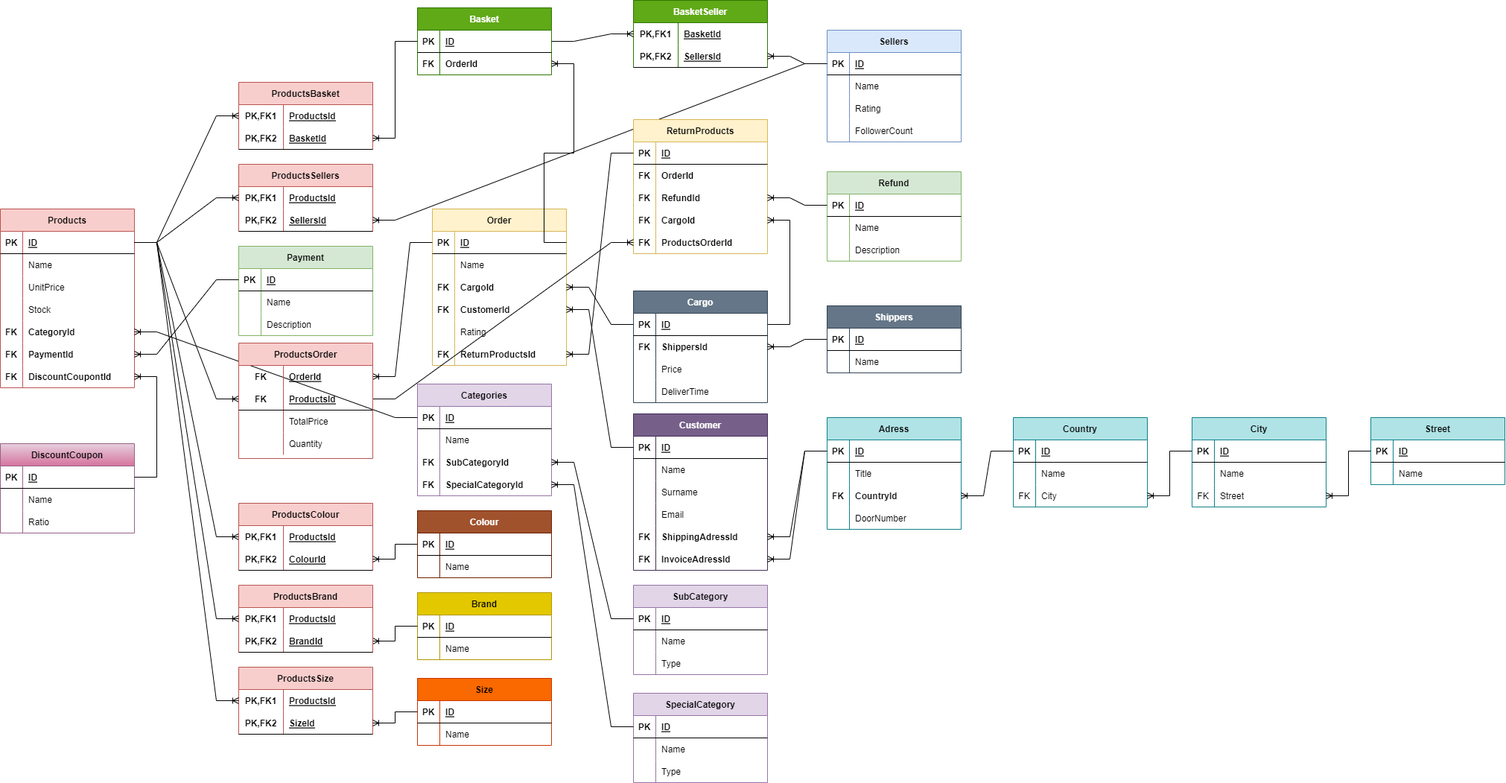
ZakirMK/Etiya-Akademi keeps this draw.io diagram as 24-11-2022_Pair9_HW.drawio.png. Above is the earlier version. Source tidied: cells renumbered, new cells last; positions are measured from the earlier drawing's top-left corner, leaving out a move shared by most shapes.
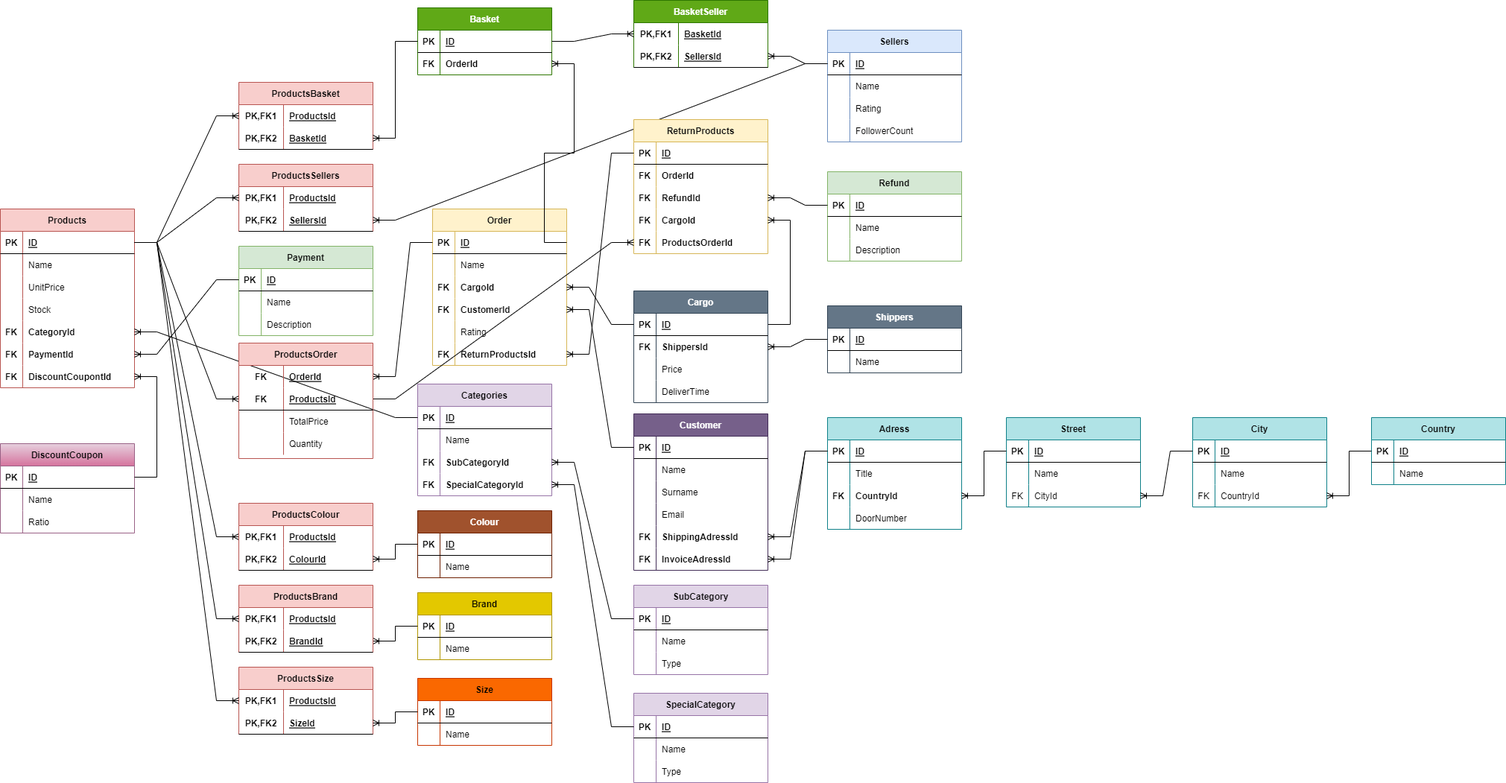
After the change.

What changed in the source:
```diff
@@ -653,8 +653,8 @@
     <mxCell id="218" value="Name" style="shape=partialRectangle;fillColor=none;top=0;left=0;bottom=0;right=0;align=left;spacingLeft=6;overflow=hidden;" parent="216" vertex="1">
       <mxGeometry x="30" width="150" height="30" as="geometry" />
     </mxCell>
-    <mxCell id="219" value="Country" style="shape=table;startSize=30;rowLines=0;fontStyle=1;align=center;fillColor=#b0e3e6;strokeColor=#0e8088;" parent="1" vertex="1">
-      <mxGeometry x="1360" y="560" width="180" height="120" as="geometry" />
+    <mxCell id="219" value="Street" style="shape=table;startSize=30;rowLines=0;fontStyle=1;align=center;fillColor=#b0e3e6;strokeColor=#0e8088;" parent="1" vertex="1">
+      <mxGeometry x="1350" y="560" width="180" height="120" as="geometry" />
     </mxCell>
     <mxCell id="220" style="shape=tableRow;horizontal=0;startSize=0;swimlaneHead=0;swimlaneBody=0;fillColor=none;points=[[0,0.5],[1,0.5]];portConstraint=eastwest;top=0;left=0;right=0;bottom=1;" parent="219" vertex="1">
       <mxGeometry y="30" width="180" height="30" as="geometry" />
@@ -680,7 +680,7 @@
     <mxCell id="227" value="FK" style="shape=partialRectangle;fillColor=none;top=0;left=0;bottom=0;right=0;overflow=hidden;" parent="226" vertex="1">
       <mxGeometry width="30" height="30" as="geometry" />
     </mxCell>
-    <mxCell id="228" value="City" style="shape=partialRectangle;fillColor=none;top=0;left=0;bottom=0;right=0;align=left;spacingLeft=6;overflow=hidden;" parent="226" vertex="1">
+    <mxCell id="228" value="CityId" style="shape=partialRectangle;fillColor=none;top=0;left=0;bottom=0;right=0;align=left;spacingLeft=6;overflow=hidden;" parent="226" vertex="1">
       <mxGeometry x="30" width="150" height="30" as="geometry" />
     </mxCell>
     <mxCell id="229" style="edgeStyle=entityRelationEdgeStyle;fontSize=12;html=1;endArrow=ERoneToMany;rounded=0;exitX=0;exitY=0.5;exitDx=0;exitDy=0;" parent="1" edge="1" source="57" target="50">
@@ -943,10 +943,10 @@
     <mxCell id="314" value="FK" style="shape=partialRectangle;fillColor=none;top=0;left=0;bottom=0;right=0;overflow=hidden;" parent="313" vertex="1">
       <mxGeometry width="30" height="30" as="geometry" />
     </mxCell>
-    <mxCell id="315" value="Street" style="shape=partialRectangle;fillColor=none;top=0;left=0;bottom=0;right=0;align=left;spacingLeft=6;overflow=hidden;" parent="313" vertex="1">
+    <mxCell id="315" value="CountryId" style="shape=partialRectangle;fillColor=none;top=0;left=0;bottom=0;right=0;align=left;spacingLeft=6;overflow=hidden;" parent="313" vertex="1">
       <mxGeometry x="30" width="150" height="30" as="geometry" />
     </mxCell>
-    <mxCell id="316" value="Street" style="shape=table;startSize=30;rowLines=0;fontStyle=1;align=center;fillColor=#b0e3e6;strokeColor=#0e8088;" parent="1" vertex="1">
+    <mxCell id="316" value="Country" style="shape=table;startSize=30;rowLines=0;fontStyle=1;align=center;fillColor=#b0e3e6;strokeColor=#0e8088;" parent="1" vertex="1">
       <mxGeometry x="1840" y="560" width="180" height="90" as="geometry" />
     </mxCell>
     <mxCell id="317" style="shape=tableRow;horizontal=0;startSize=0;swimlaneHead=0;swimlaneBody=0;fillColor=none;points=[[0,0.5],[1,0.5]];portConstraint=eastwest;top=0;left=0;right=0;bottom=1;" parent="316" vertex="1">
```
